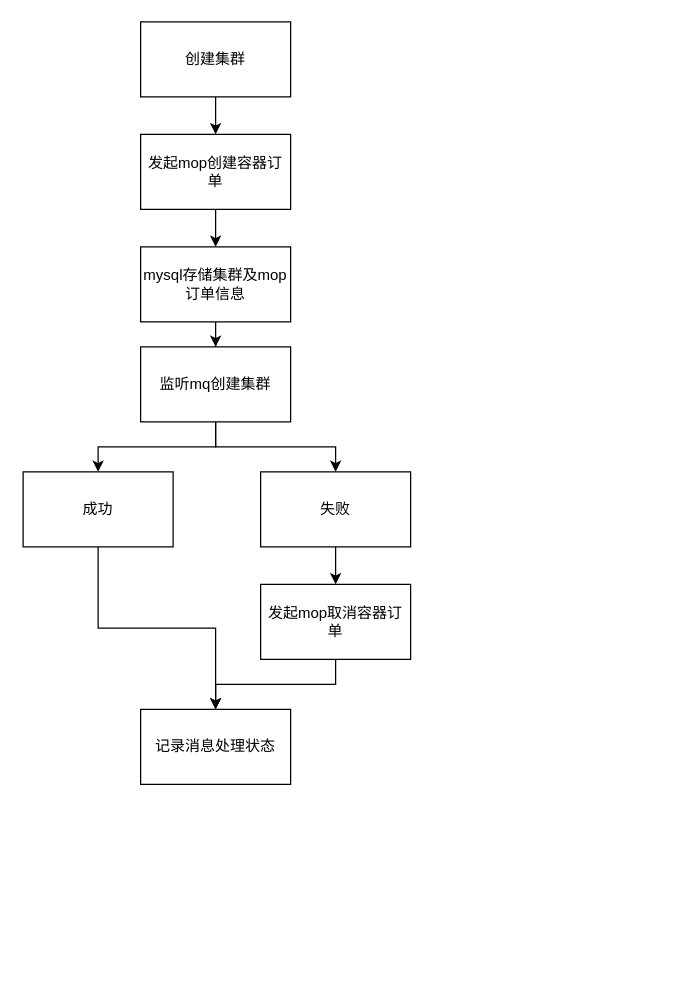
The draw.io diagram Untitled Diagram.drawio in sologgfun/mydrawio, before the edit. Source tidied: cells renumbered, new cells numbered last; positions are measured from the earlier drawing's top-left corner, leaving out a move shared by most shapes. Both pictures are drawn from the tidied source at 125%, with x=0, y=0 at pixel (22, 21).
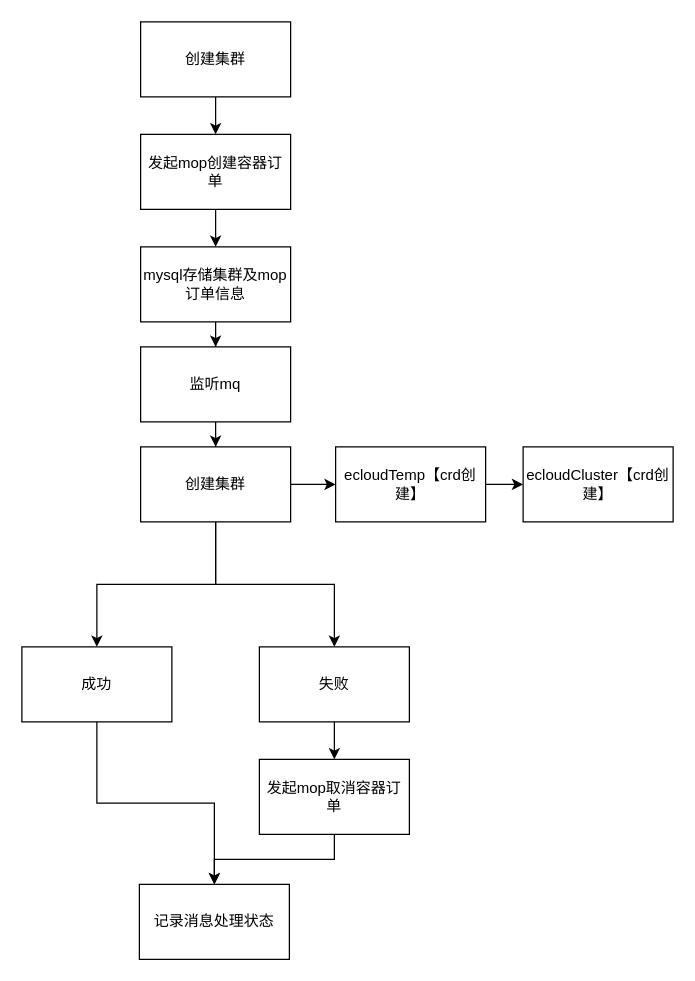
The same page after the edit.

Diff of the diagram source:
```diff
@@
-    <mxCell id="8" style="edgeStyle=orthogonalEdgeStyle;rounded=0;jettySize=auto;html=1;" parent="1" edge="1" source="10" target="12">
-      <mxGeometry relative="1" as="geometry" />
-    </mxCell>
-    <mxCell id="9" style="edgeStyle=orthogonalEdgeStyle;rounded=0;jettySize=auto;html=1;" parent="1" edge="1" source="10" target="14">
-      <mxGeometry relative="1" as="geometry" />
-    </mxCell>
+    <mxCell id="18" style="edgeStyle=orthogonalEdgeStyle;rounded=0;jettySize=auto;html=1;" parent="1" edge="1" source="10" target="22">
+      <mxGeometry relative="1" as="geometry" />
+    </mxCell>
-    <mxCell id="10" value="监听mq创建集群" style="whiteSpace=wrap;html=1;rounded=0;" parent="1" vertex="1">
+    <mxCell id="10" value="监听mq" style="whiteSpace=wrap;html=1;rounded=0;" parent="1" vertex="1">
       <mxGeometry x="94" y="260" width="120" height="60" as="geometry" />
     </mxCell>
@@
     <mxCell id="12" value="成功" style="whiteSpace=wrap;html=1;rounded=0;" parent="1" vertex="1">
-      <mxGeometry y="360" width="120" height="60" as="geometry" />
+      <mxGeometry x="-1" y="500" width="120" height="60" as="geometry" />
     </mxCell>
@@
+    <mxCell id="19" style="edgeStyle=orthogonalEdgeStyle;jettySize=auto;html=1;entryX=0.5;entryY=1;entryDx=0;entryDy=0;rounded=0;startArrow=classic;startFill=1;endArrow=none;endFill=0;" parent="1" edge="1" source="14" target="22">
+      <mxGeometry relative="1" as="geometry" />
+    </mxCell>
     <mxCell id="14" value="失败" style="whiteSpace=wrap;html=1;rounded=0;" parent="1" vertex="1">
-      <mxGeometry x="190" y="360" width="120" height="60" as="geometry" />
+      <mxGeometry x="189" y="500" width="120" height="60" as="geometry" />
     </mxCell>
@@
     <mxCell id="16" value="发起mop取消容器订单" style="whiteSpace=wrap;html=1;rounded=0;" parent="1" vertex="1">
-      <mxGeometry x="190" y="450" width="120" height="60" as="geometry" />
+      <mxGeometry x="189" y="590" width="120" height="60" as="geometry" />
     </mxCell>
     <mxCell id="17" value="记录消息处理状态" style="whiteSpace=wrap;html=1;rounded=0;" parent="1" vertex="1">
-      <mxGeometry x="94" y="550" width="120" height="60" as="geometry" />
+      <mxGeometry x="93" y="690" width="120" height="60" as="geometry" />
     </mxCell>
+    <mxCell id="20" style="edgeStyle=orthogonalEdgeStyle;rounded=0;jettySize=auto;html=1;" parent="1" edge="1" source="22" target="24">
+      <mxGeometry relative="1" as="geometry" />
+    </mxCell>
+    <mxCell id="21" style="edgeStyle=orthogonalEdgeStyle;rounded=0;jettySize=auto;html=1;" parent="1" edge="1" source="22" target="12">
+      <mxGeometry relative="1" as="geometry" />
+    </mxCell>
+    <mxCell id="22" value="创建集群" style="whiteSpace=wrap;html=1;rounded=0;" parent="1" vertex="1">
+      <mxGeometry x="94" y="340" width="120" height="60" as="geometry" />
+    </mxCell>
+    <mxCell id="23" style="edgeStyle=orthogonalEdgeStyle;rounded=0;jettySize=auto;html=1;startArrow=none;startFill=0;endArrow=classic;endFill=1;" parent="1" edge="1" source="24" target="25">
+      <mxGeometry relative="1" as="geometry" />
+    </mxCell>
+    <mxCell id="24" value="ecloudTemp【crd创建】" style="whiteSpace=wrap;html=1;rounded=0;" parent="1" vertex="1">
+      <mxGeometry x="250" y="340" width="120" height="60" as="geometry" />
+    </mxCell>
+    <mxCell id="25" value="ecloudCluster【crd创建】" style="whiteSpace=wrap;html=1;rounded=0;" parent="1" vertex="1">
+      <mxGeometry x="400" y="340" width="120" height="60" as="geometry" />
+    </mxCell>
```
